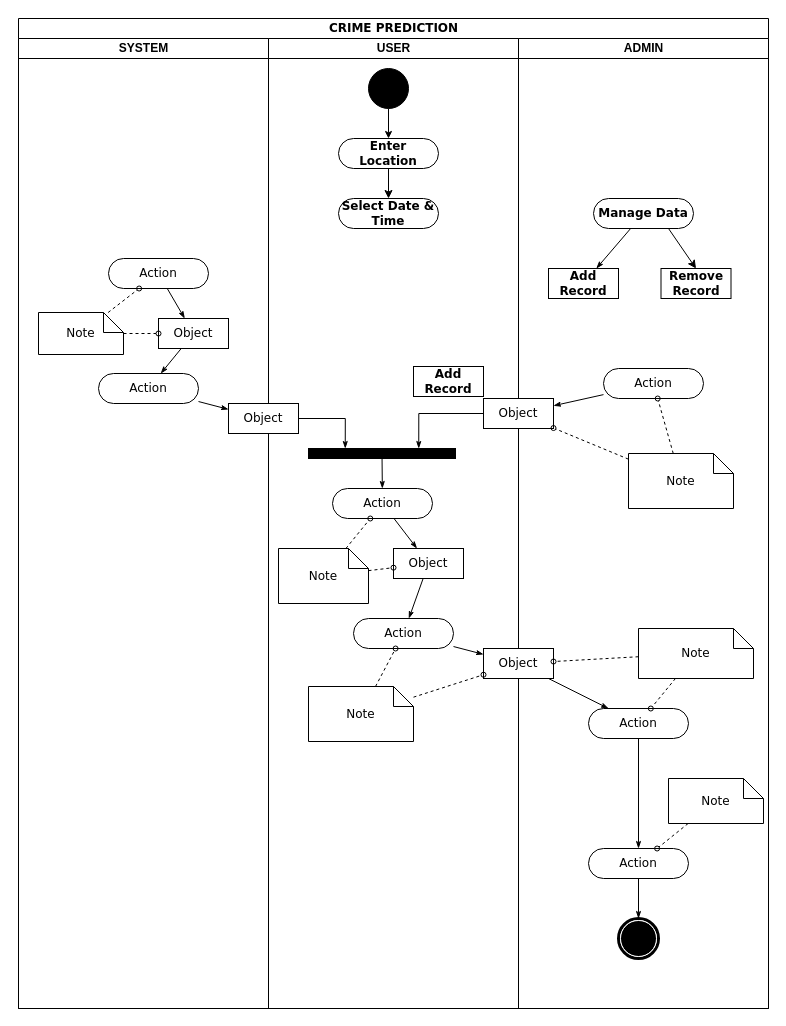
This is Activity.drawio from ChanumoluGayathri/System_Design, a draw.io file, before an edit. Source tidied: cells renumbered, new cells numbered last; positions are measured from the earlier drawing's top-left corner, leaving out a move shared by most shapes. Both pictures are drawn from the tidied source at 100%, with x=0, y=0 at pixel (18, 18).
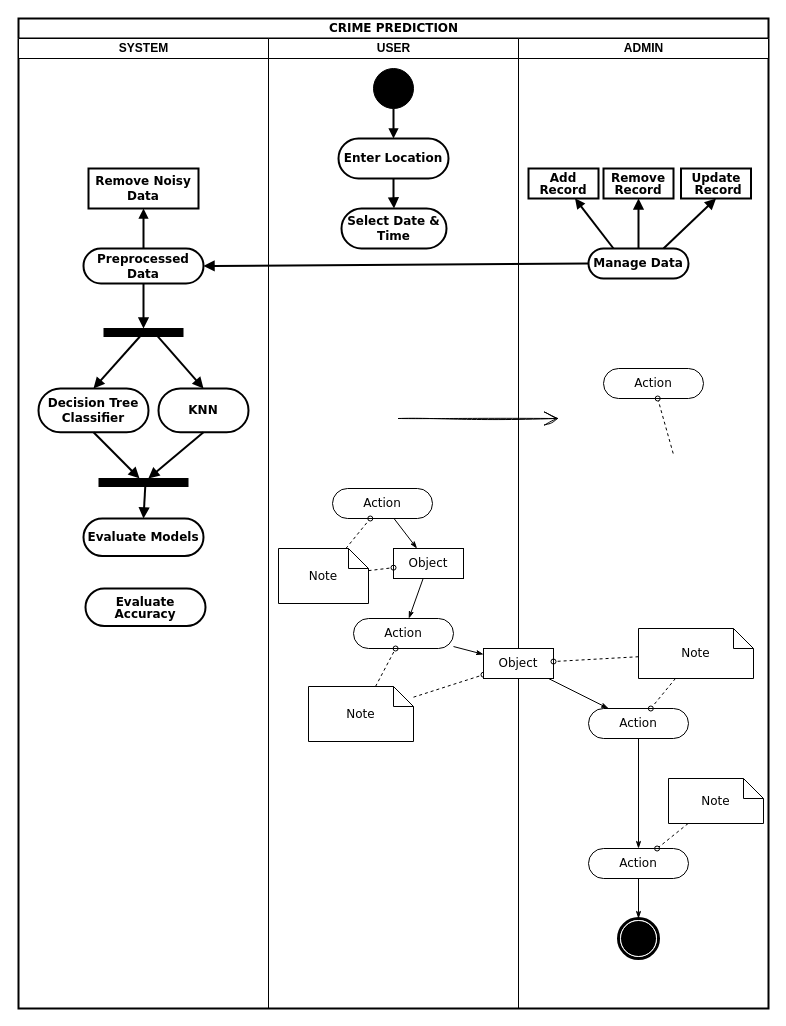
Above is the later version.

Unchanged cells that the change refers to:
```xml
<mxCell id="3" value="SYSTEM" style="swimlane;html=1;startSize=20;" parent="2" vertex="1">
  <mxGeometry y="20" width="250" height="970" as="geometry" />
</mxCell>
<mxCell id="12" value="USER" style="swimlane;html=1;startSize=20;" parent="2" vertex="1">
  <mxGeometry x="250" y="20" width="250" height="970" as="geometry" />
</mxCell>
<mxCell id="14" value="Action" style="rounded=1;whiteSpace=wrap;html=1;shadow=0;comic=0;labelBackgroundColor=none;strokeWidth=1;fontFamily=Verdana;fontSize=12;align=center;arcSize=50;" parent="12" vertex="1">
  <mxGeometry x="64" y="450" width="100" height="30" as="geometry" />
</mxCell>
<mxCell id="21" value="Action" style="rounded=1;whiteSpace=wrap;html=1;shadow=0;comic=0;labelBackgroundColor=none;strokeWidth=1;fontFamily=Verdana;fontSize=12;align=center;arcSize=50;" parent="12" vertex="1">
  <mxGeometry x="85" y="580" width="100" height="30" as="geometry" />
</mxCell>
<mxCell id="26" value="Note" style="shape=note;whiteSpace=wrap;html=1;rounded=0;shadow=0;comic=0;labelBackgroundColor=none;strokeWidth=1;fontFamily=Verdana;fontSize=12;align=center;size=20;" parent="12" vertex="1">
  <mxGeometry x="40" y="648" width="105" height="55" as="geometry" />
</mxCell>
<mxCell id="32" value="ADMIN" style="swimlane;html=1;startSize=20;" parent="2" vertex="1">
  <mxGeometry x="500" y="20" width="250" height="970" as="geometry" />
</mxCell>
<mxCell id="36" value="Action" style="rounded=1;whiteSpace=wrap;html=1;shadow=0;comic=0;labelBackgroundColor=none;strokeWidth=1;fontFamily=Verdana;fontSize=12;align=center;arcSize=50;" parent="32" vertex="1">
  <mxGeometry x="85" y="330" width="100" height="30" as="geometry" />
</mxCell>
<mxCell id="40" value="Object" style="rounded=0;whiteSpace=wrap;html=1;shadow=0;comic=0;labelBackgroundColor=none;strokeWidth=1;fontFamily=Verdana;fontSize=12;align=center;arcSize=50;" parent="32" vertex="1">
  <mxGeometry x="-35" y="610" width="70" height="30" as="geometry" />
</mxCell>
```

Change to the diagram source:
```diff
@@
-    <mxCell id="2" value="CRIME PREDICTION" style="swimlane;html=1;startSize=20;rounded=0;shadow=0;comic=0;labelBackgroundColor=none;strokeWidth=1;fontFamily=Verdana;fontSize=12;align=center;" parent="1" vertex="1">
+    <mxCell id="2" value="CRIME PREDICTION" style="swimlane;html=1;startSize=20;rounded=0;shadow=0;comic=0;labelBackgroundColor=none;strokeWidth=2;fontFamily=Verdana;fontSize=12;align=center;" parent="1" vertex="1">
       <mxGeometry width="750" height="990" as="geometry" />
     </mxCell>
@@
-    <mxCell id="4" style="edgeStyle=none;rounded=0;html=1;labelBackgroundColor=none;startArrow=none;startFill=0;startSize=5;endArrow=classicThin;endFill=1;endSize=5;jettySize=auto;strokeWidth=1;fontFamily=Verdana;fontSize=12;" parent="3" edge="1" source="5" target="8">
-      <mxGeometry relative="1" as="geometry" />
-    </mxCell>
-    <mxCell id="5" value="Action" style="rounded=1;whiteSpace=wrap;html=1;shadow=0;comic=0;labelBackgroundColor=none;strokeWidth=1;fontFamily=Verdana;fontSize=12;align=center;arcSize=50;" parent="3" vertex="1">
-      <mxGeometry x="90" y="220" width="100" height="30" as="geometry" />
-    </mxCell>
-    <mxCell id="6" value="Action" style="rounded=1;whiteSpace=wrap;html=1;shadow=0;comic=0;labelBackgroundColor=none;strokeWidth=1;fontFamily=Verdana;fontSize=12;align=center;arcSize=50;" parent="3" vertex="1">
-      <mxGeometry x="80" y="335" width="100" height="30" as="geometry" />
+    <mxCell id="6" value="&lt;b&gt;Preprocessed Data&lt;/b&gt;" style="rounded=1;whiteSpace=wrap;html=1;shadow=0;comic=0;labelBackgroundColor=none;strokeWidth=2;fontFamily=Verdana;fontSize=12;align=center;arcSize=50;" parent="3" vertex="1">
+      <mxGeometry x="65" y="210" width="120" height="35" as="geometry" />
     </mxCell>
-    <mxCell id="7" style="edgeStyle=none;rounded=0;html=1;labelBackgroundColor=none;startArrow=none;startFill=0;startSize=5;endArrow=classicThin;endFill=1;endSize=5;jettySize=auto;strokeWidth=1;fontFamily=Verdana;fontSize=12;" parent="3" edge="1" source="8" target="6">
-      <mxGeometry relative="1" as="geometry" />
-    </mxCell>
-    <mxCell id="8" value="Object" style="rounded=0;whiteSpace=wrap;html=1;shadow=0;comic=0;labelBackgroundColor=none;strokeWidth=1;fontFamily=Verdana;fontSize=12;align=center;arcSize=50;" parent="3" vertex="1">
-      <mxGeometry x="140" y="280" width="70" height="30" as="geometry" />
-    </mxCell>
-    <mxCell id="9" style="edgeStyle=none;rounded=0;html=1;labelBackgroundColor=none;startArrow=none;startFill=0;startSize=5;endArrow=oval;endFill=0;endSize=5;jettySize=auto;strokeWidth=1;fontFamily=Verdana;fontSize=12;dashed=1;" parent="3" edge="1" source="11" target="5">
-      <mxGeometry relative="1" as="geometry" />
-    </mxCell>
-    <mxCell id="10" style="edgeStyle=none;rounded=0;html=1;dashed=1;labelBackgroundColor=none;startArrow=none;startFill=0;startSize=5;endArrow=oval;endFill=0;endSize=5;jettySize=auto;strokeWidth=1;fontFamily=Verdana;fontSize=12;" parent="3" edge="1" source="11" target="8">
-      <mxGeometry relative="1" as="geometry" />
-    </mxCell>
-    <mxCell id="11" value="Note" style="shape=note;whiteSpace=wrap;html=1;rounded=0;shadow=0;comic=0;labelBackgroundColor=none;strokeWidth=1;fontFamily=Verdana;fontSize=12;align=center;size=20;" parent="3" vertex="1">
-      <mxGeometry x="20" y="274" width="85" height="42" as="geometry" />
-    </mxCell>
+    <mxCell id="18" value="&lt;b&gt;Remove Noisy Data&lt;/b&gt;" style="rounded=0;whiteSpace=wrap;html=1;shadow=0;comic=0;labelBackgroundColor=none;strokeWidth=2;fontFamily=Verdana;fontSize=12;align=center;arcSize=50;" parent="3" vertex="1">
+      <mxGeometry x="70" y="130" width="110" height="40" as="geometry" />
+    </mxCell>
+    <mxCell id="57" style="edgeStyle=none;rounded=0;html=1;labelBackgroundColor=none;startArrow=none;startFill=0;startSize=5;endArrow=block;endFill=1;endSize=5;jettySize=auto;strokeWidth=2;fontFamily=Verdana;fontSize=12;" parent="3" edge="1" source="6" target="18">
+      <mxGeometry relative="1" as="geometry" />
+    </mxCell>
+    <mxCell id="61" style="edgeStyle=orthogonalEdgeStyle;rounded=0;hachureGap=4;jettySize=auto;html=1;fontFamily=Architects Daughter;fontSize=16;endArrow=block;endFill=1;strokeWidth=2;exitX=0.5;exitY=1;exitDx=0;exitDy=0;" parent="3" edge="1" source="6">
+      <mxGeometry relative="1" as="geometry">
+        <mxPoint x="125" y="290" as="targetPoint" />
+      </mxGeometry>
+    </mxCell>
+    <mxCell id="62" value="&lt;b&gt;Decision Tree Classifier&lt;/b&gt;" style="whiteSpace=wrap;html=1;fontFamily=Verdana;rounded=1;shadow=0;comic=0;labelBackgroundColor=none;strokeWidth=2;arcSize=50;" parent="3" vertex="1">
+      <mxGeometry x="20" y="350" width="110" height="43.8" as="geometry" />
+    </mxCell>
+    <mxCell id="63" value="&lt;b&gt;KNN&lt;/b&gt;" style="whiteSpace=wrap;html=1;fontFamily=Verdana;rounded=1;shadow=0;comic=0;labelBackgroundColor=none;strokeWidth=2;arcSize=50;" parent="3" vertex="1">
+      <mxGeometry x="140" y="350" width="90" height="43.8" as="geometry" />
+    </mxCell>
+    <mxCell id="64" style="line;strokeWidth=9;fillColor=none;align=left;verticalAlign=middle;spacingTop=-1;spacingLeft=3;spacingRight=3;labelPosition=right;points=[];portConstraint=eastwest;strokeColor=inherit;hachureGap=4;fontFamily=Architects Daughter;fontSize=20;" parent="3" vertex="1">
+      <mxGeometry x="85" y="290" width="80" height="8" as="geometry" />
+    </mxCell>
+    <mxCell id="65" style="endArrow=block;html=1;rounded=0;hachureGap=4;fontFamily=Architects Daughter;fontSize=16;entryX=0.5;entryY=0;entryDx=0;entryDy=0;strokeWidth=2;endFill=1;" parent="3" edge="1" source="64" target="62">
+      <mxGeometry relative="1" as="geometry" />
+    </mxCell>
+    <mxCell id="66" style="endArrow=block;html=1;rounded=0;hachureGap=4;fontFamily=Architects Daughter;fontSize=16;exitX=0.667;exitY=0.85;exitDx=0;exitDy=0;exitPerimeter=0;entryX=0.5;entryY=0;entryDx=0;entryDy=0;strokeWidth=2;endFill=1;" parent="3" edge="1" source="64" target="63">
+      <mxGeometry relative="1" as="geometry" />
+    </mxCell>
+    <mxCell id="67" style="line;strokeWidth=9;fillColor=none;align=left;verticalAlign=middle;spacingTop=-1;spacingLeft=3;spacingRight=3;labelPosition=right;points=[];portConstraint=eastwest;strokeColor=inherit;hachureGap=4;fontFamily=Architects Daughter;fontSize=20;" parent="3" vertex="1">
+      <mxGeometry x="80" y="440" width="90" height="8" as="geometry" />
+    </mxCell>
+    <mxCell id="68" style="endArrow=block;html=1;rounded=0;hachureGap=4;fontFamily=Architects Daughter;fontSize=16;exitX=0.5;exitY=1;exitDx=0;exitDy=0;strokeWidth=2;endFill=1;" parent="3" edge="1" source="62" target="67">
+      <mxGeometry relative="1" as="geometry" />
+    </mxCell>
+    <mxCell id="69" style="endArrow=block;html=1;rounded=0;hachureGap=4;fontFamily=Architects Daughter;fontSize=16;exitX=0.5;exitY=1;exitDx=0;exitDy=0;strokeWidth=2;endFill=1;" parent="3" edge="1" source="63" target="67">
+      <mxGeometry relative="1" as="geometry" />
+    </mxCell>
+    <mxCell id="70" value="&lt;b&gt;Evaluate Models&lt;/b&gt;" style="whiteSpace=wrap;html=1;fontFamily=Verdana;rounded=1;shadow=0;comic=0;labelBackgroundColor=none;strokeWidth=2;arcSize=50;" parent="3" vertex="1">
+      <mxGeometry x="65" y="480" width="120" height="37.5" as="geometry" />
+    </mxCell>
+    <mxCell id="71" style="endArrow=block;html=1;rounded=0;hachureGap=4;fontFamily=Architects Daughter;fontSize=16;exitX=0.52;exitY=0.9;exitDx=0;exitDy=0;exitPerimeter=0;entryX=0.5;entryY=0;entryDx=0;entryDy=0;strokeWidth=2;endFill=1;" parent="3" edge="1" source="67" target="70">
+      <mxGeometry relative="1" as="geometry" />
+    </mxCell>
+    <mxCell id="72" value="&lt;p style=&quot;line-height: 100%;&quot;&gt;&lt;b&gt;Evaluate Accuracy&lt;/b&gt;&lt;/p&gt;" style="whiteSpace=wrap;html=1;fontFamily=Verdana;rounded=1;shadow=0;comic=0;labelBackgroundColor=none;strokeWidth=2;arcSize=50;" parent="3" vertex="1">
+      <mxGeometry x="67" y="550" width="120" height="37.5" as="geometry" />
+    </mxCell>
+    <mxCell id="58" style="edgeStyle=none;rounded=0;html=1;labelBackgroundColor=none;startArrow=none;startFill=0;startSize=5;endArrow=classicThin;endFill=1;endSize=5;jettySize=auto;strokeWidth=1;fontFamily=Verdana;fontSize=12;" parent="2" edge="1" source="21" target="40">
+      <mxGeometry relative="1" as="geometry" />
+    </mxCell>
+    <mxCell id="59" style="edgeStyle=none;rounded=0;html=1;dashed=1;labelBackgroundColor=none;startArrow=none;startFill=0;startSize=5;endArrow=oval;endFill=0;endSize=5;jettySize=auto;strokeWidth=1;fontFamily=Verdana;fontSize=12;" parent="2" edge="1" source="26" target="40">
+      <mxGeometry relative="1" as="geometry" />
+    </mxCell>
@@
-    <mxCell id="15" style="edgeStyle=none;rounded=0;html=1;labelBackgroundColor=none;startArrow=none;startFill=0;startSize=5;endArrow=classicThin;endFill=1;endSize=5;jettySize=auto;strokeWidth=1;fontFamily=Verdana;fontSize=12;" parent="12" edge="1" source="16" target="14">
-      <mxGeometry relative="1" as="geometry" />
-    </mxCell>
-    <mxCell id="16" style="whiteSpace=wrap;html=1;rounded=0;shadow=0;comic=0;labelBackgroundColor=none;strokeWidth=1;fillColor=#000000;fontFamily=Verdana;fontSize=12;align=center;rotation=0;" parent="12" vertex="1">
-      <mxGeometry x="40" y="410" width="147" height="10" as="geometry" />
-    </mxCell>
-    <mxCell id="17" style="edgeStyle=orthogonalEdgeStyle;rounded=0;html=1;entryX=0.25;entryY=0;labelBackgroundColor=none;startArrow=none;startFill=0;startSize=5;endArrow=classicThin;endFill=1;endSize=5;jettySize=auto;strokeWidth=1;fontFamily=Verdana;fontSize=12;" parent="12" edge="1" source="18" target="16">
-      <mxGeometry relative="1" as="geometry" />
-    </mxCell>
-    <mxCell id="18" value="Object" style="rounded=0;whiteSpace=wrap;html=1;shadow=0;comic=0;labelBackgroundColor=none;strokeWidth=1;fontFamily=Verdana;fontSize=12;align=center;arcSize=50;" parent="12" vertex="1">
-      <mxGeometry x="-40" y="365" width="70" height="30" as="geometry" />
-    </mxCell>
@@
     <mxCell id="27" style="ellipse;whiteSpace=wrap;html=1;rounded=0;shadow=0;comic=0;labelBackgroundColor=none;strokeWidth=1;fillColor=#000000;fontFamily=Verdana;fontSize=12;align=center;" parent="12" vertex="1">
-      <mxGeometry x="100" y="30" width="40" height="40" as="geometry" />
+      <mxGeometry x="105" y="30" width="40" height="40" as="geometry" />
     </mxCell>
-    <mxCell id="28" style="edgeStyle=orthogonalEdgeStyle;rounded=0;hachureGap=4;jettySize=auto;html=1;fontFamily=Architects Daughter;fontSize=16;" parent="12" edge="1" source="29" target="31">
+    <mxCell id="28" style="edgeStyle=orthogonalEdgeStyle;rounded=0;hachureGap=4;jettySize=auto;html=1;fontFamily=Architects Daughter;fontSize=16;strokeWidth=2;endArrow=block;endFill=1;" parent="12" edge="1" source="29" target="31">
       <mxGeometry relative="1" as="geometry" />
     </mxCell>
-    <mxCell id="29" value="&lt;b&gt;Enter Location&lt;/b&gt;" style="rounded=1;whiteSpace=wrap;html=1;shadow=0;comic=0;labelBackgroundColor=none;strokeWidth=1;fontFamily=Verdana;fontSize=12;align=center;arcSize=50;" parent="12" vertex="1">
-      <mxGeometry x="70" y="100" width="100" height="30" as="geometry" />
+    <mxCell id="29" value="&lt;b&gt;Enter Location&lt;/b&gt;" style="rounded=1;whiteSpace=wrap;html=1;shadow=0;comic=0;labelBackgroundColor=none;strokeWidth=2;fontFamily=Verdana;fontSize=12;align=center;arcSize=50;" parent="12" vertex="1">
+      <mxGeometry x="70" y="100" width="110" height="40" as="geometry" />
     </mxCell>
-    <mxCell id="30" style="edgeStyle=orthogonalEdgeStyle;rounded=0;html=1;labelBackgroundColor=none;startArrow=none;startFill=0;startSize=5;endArrow=classic;endFill=1;endSize=5;jettySize=auto;strokeWidth=1;fontFamily=Verdana;fontSize=12;" parent="12" edge="1" source="27" target="29">
+    <mxCell id="30" style="edgeStyle=orthogonalEdgeStyle;rounded=0;html=1;labelBackgroundColor=none;startArrow=none;startFill=0;startSize=5;endArrow=block;endFill=1;endSize=5;jettySize=auto;strokeWidth=2;fontFamily=Verdana;fontSize=12;" parent="12" edge="1" source="27" target="29">
       <mxGeometry relative="1" as="geometry" />
     </mxCell>
-    <mxCell id="31" value="&lt;font style=&quot;font-size: 12px;&quot;&gt;&lt;b style=&quot;&quot;&gt;Select Date &amp;amp; Time&lt;/b&gt;&lt;/font&gt;" style="rounded=1;whiteSpace=wrap;html=1;shadow=0;comic=0;labelBackgroundColor=none;strokeWidth=1;fontFamily=Verdana;fontSize=12;align=center;arcSize=50;" parent="12" vertex="1">
-      <mxGeometry x="70" y="160" width="100" height="30" as="geometry" />
+    <mxCell id="31" value="&lt;font style=&quot;font-size: 12px;&quot;&gt;&lt;b style=&quot;&quot;&gt;Select Date &amp;amp; Time&lt;/b&gt;&lt;/font&gt;" style="rounded=1;whiteSpace=wrap;html=1;shadow=0;comic=0;labelBackgroundColor=none;strokeWidth=2;fontFamily=Verdana;fontSize=12;align=center;arcSize=50;" parent="12" vertex="1">
+      <mxGeometry x="73" y="170" width="105" height="40" as="geometry" />
     </mxCell>
+    <mxCell id="73" style="endArrow=block;html=1;rounded=0;hachureGap=4;fontFamily=Architects Daughter;fontSize=16;exitX=0;exitY=0.5;exitDx=0;exitDy=0;entryX=1;entryY=0.5;entryDx=0;entryDy=0;strokeWidth=2;endFill=1;" parent="2" edge="1" source="34" target="6">
+      <mxGeometry relative="1" as="geometry" />
+    </mxCell>
@@
-    <mxCell id="33" style="rounded=0;html=1;labelBackgroundColor=none;startArrow=none;startFill=0;startSize=5;endArrow=classicThin;endFill=1;endSize=5;jettySize=auto;strokeWidth=1;fontFamily=Verdana;fontSize=12;" parent="32" edge="1" source="34" target="37">
+    <mxCell id="33" style="rounded=0;html=1;labelBackgroundColor=none;startArrow=none;startFill=0;startSize=5;endArrow=block;endFill=1;endSize=5;jettySize=auto;strokeWidth=2;fontFamily=Verdana;fontSize=12;exitX=0.25;exitY=0;exitDx=0;exitDy=0;" parent="32" edge="1" source="34" target="37">
       <mxGeometry relative="1" as="geometry" />
     </mxCell>
-    <mxCell id="34" value="&lt;b&gt;Manage Data&lt;/b&gt;" style="rounded=1;whiteSpace=wrap;html=1;shadow=0;comic=0;labelBackgroundColor=none;strokeWidth=1;fontFamily=Verdana;fontSize=12;align=center;arcSize=50;" parent="32" vertex="1">
-      <mxGeometry x="75" y="160" width="100" height="30" as="geometry" />
+    <mxCell id="34" value="&lt;b&gt;Manage Data&lt;/b&gt;" style="rounded=1;whiteSpace=wrap;html=1;shadow=0;comic=0;labelBackgroundColor=none;strokeWidth=2;fontFamily=Verdana;fontSize=12;align=center;arcSize=50;" parent="32" vertex="1">
+      <mxGeometry x="70" y="210" width="100" height="30" as="geometry" />
     </mxCell>
-    <mxCell id="35" style="edgeStyle=none;rounded=0;html=1;labelBackgroundColor=none;startArrow=none;startFill=0;startSize=5;endArrow=classicThin;endFill=1;endSize=5;jettySize=auto;strokeWidth=1;fontFamily=Verdana;fontSize=12;" parent="32" edge="1" source="36" target="38">
-      <mxGeometry relative="1" as="geometry" />
-    </mxCell>
@@
-    <mxCell id="37" value="&lt;b&gt;Add Record&lt;/b&gt;" style="rounded=0;whiteSpace=wrap;html=1;shadow=0;comic=0;labelBackgroundColor=none;strokeWidth=1;fontFamily=Verdana;fontSize=12;align=center;arcSize=50;" parent="32" vertex="1">
-      <mxGeometry x="30" y="230" width="70" height="30" as="geometry" />
+    <mxCell id="37" value="&lt;p style=&quot;line-height: 100%;&quot;&gt;&lt;b&gt;Add Record&lt;/b&gt;&lt;/p&gt;" style="rounded=0;whiteSpace=wrap;html=1;shadow=0;comic=0;labelBackgroundColor=none;strokeWidth=2;fontFamily=Verdana;fontSize=12;align=center;arcSize=50;" parent="32" vertex="1">
+      <mxGeometry x="10" y="130" width="70" height="30" as="geometry" />
     </mxCell>
-    <mxCell id="38" value="Object" style="rounded=0;whiteSpace=wrap;html=1;shadow=0;comic=0;labelBackgroundColor=none;strokeWidth=1;fontFamily=Verdana;fontSize=12;align=center;arcSize=50;" parent="32" vertex="1">
-      <mxGeometry x="-35" y="360" width="70" height="30" as="geometry" />
-    </mxCell>
@@
-    <mxCell id="46" style="edgeStyle=none;rounded=0;html=1;dashed=1;labelBackgroundColor=none;startArrow=none;startFill=0;startSize=5;endArrow=oval;endFill=0;endSize=5;jettySize=auto;strokeWidth=1;fontFamily=Verdana;fontSize=12;" parent="32" edge="1" source="48" target="36">
-      <mxGeometry relative="1" as="geometry" />
+    <mxCell id="46" style="edgeStyle=none;rounded=0;html=1;dashed=1;labelBackgroundColor=none;startArrow=none;startFill=0;startSize=5;endArrow=oval;endFill=0;endSize=5;jettySize=auto;strokeWidth=1;fontFamily=Verdana;fontSize=12;" parent="32" edge="1" target="36">
+      <mxGeometry relative="1" as="geometry">
+        <mxPoint x="154.7" y="415" as="sourcePoint" />
+      </mxGeometry>
     </mxCell>
-    <mxCell id="47" style="edgeStyle=none;rounded=0;html=1;dashed=1;labelBackgroundColor=none;startArrow=none;startFill=0;startSize=5;endArrow=oval;endFill=0;endSize=5;jettySize=auto;strokeWidth=1;fontFamily=Verdana;fontSize=12;" parent="32" edge="1" source="48" target="38">
-      <mxGeometry relative="1" as="geometry" />
-    </mxCell>
-    <mxCell id="48" value="Note" style="shape=note;whiteSpace=wrap;html=1;rounded=0;shadow=0;comic=0;labelBackgroundColor=none;strokeWidth=1;fontFamily=Verdana;fontSize=12;align=center;size=20;" parent="32" vertex="1">
-      <mxGeometry x="110" y="415" width="105" height="55" as="geometry" />
-    </mxCell>
@@
-    <mxCell id="54" value="&lt;b&gt;Remove Record&lt;/b&gt;" style="rounded=0;whiteSpace=wrap;html=1;shadow=0;comic=0;labelBackgroundColor=none;strokeWidth=1;fontFamily=Verdana;fontSize=12;align=center;arcSize=50;" parent="32" vertex="1">
-      <mxGeometry x="142.5" y="230" width="70" height="30" as="geometry" />
+    <mxCell id="54" value="&lt;p style=&quot;line-height: 100%;&quot;&gt;&lt;b&gt;Remove Record&lt;/b&gt;&lt;/p&gt;" style="rounded=0;whiteSpace=wrap;html=1;shadow=0;comic=0;labelBackgroundColor=none;strokeWidth=2;fontFamily=Verdana;fontSize=12;align=center;arcSize=50;" parent="32" vertex="1">
+      <mxGeometry x="85" y="130" width="70" height="30" as="geometry" />
     </mxCell>
-    <mxCell id="55" style="endArrow=classic;html=1;rounded=0;hachureGap=4;fontFamily=Architects Daughter;fontSize=16;exitX=0.75;exitY=1;exitDx=0;exitDy=0;entryX=0.5;entryY=0;entryDx=0;entryDy=0;" parent="32" edge="1" source="34" target="54">
+    <mxCell id="55" style="endArrow=block;html=1;rounded=0;hachureGap=4;fontFamily=Architects Daughter;fontSize=16;exitX=0.5;exitY=0;exitDx=0;exitDy=0;entryX=0.5;entryY=1;entryDx=0;entryDy=0;strokeWidth=2;endFill=1;" parent="32" edge="1" source="34" target="54">
       <mxGeometry relative="1" as="geometry" />
     </mxCell>
-    <mxCell id="56" style="edgeStyle=orthogonalEdgeStyle;rounded=0;html=1;entryX=0.75;entryY=0;labelBackgroundColor=none;startArrow=none;startFill=0;startSize=5;endArrow=classicThin;endFill=1;endSize=5;jettySize=auto;strokeWidth=1;fontFamily=Verdana;fontSize=12;" parent="2" edge="1" source="38" target="16">
-      <mxGeometry relative="1" as="geometry" />
-    </mxCell>
-    <mxCell id="57" style="edgeStyle=none;rounded=0;html=1;labelBackgroundColor=none;startArrow=none;startFill=0;startSize=5;endArrow=classicThin;endFill=1;endSize=5;jettySize=auto;strokeWidth=1;fontFamily=Verdana;fontSize=12;" parent="2" edge="1" source="6" target="18">
-      <mxGeometry relative="1" as="geometry" />
-    </mxCell>
-    <mxCell id="58" style="edgeStyle=none;rounded=0;html=1;labelBackgroundColor=none;startArrow=none;startFill=0;startSize=5;endArrow=classicThin;endFill=1;endSize=5;jettySize=auto;strokeWidth=1;fontFamily=Verdana;fontSize=12;" parent="2" edge="1" source="21" target="40">
-      <mxGeometry relative="1" as="geometry" />
-    </mxCell>
-    <mxCell id="59" style="edgeStyle=none;rounded=0;html=1;dashed=1;labelBackgroundColor=none;startArrow=none;startFill=0;startSize=5;endArrow=oval;endFill=0;endSize=5;jettySize=auto;strokeWidth=1;fontFamily=Verdana;fontSize=12;" parent="2" edge="1" source="26" target="40">
-      <mxGeometry relative="1" as="geometry" />
-    </mxCell>
-    <mxCell id="60" value="&lt;b&gt;Add Record&lt;/b&gt;" style="rounded=0;whiteSpace=wrap;html=1;shadow=0;comic=0;labelBackgroundColor=none;strokeWidth=1;fontFamily=Verdana;fontSize=12;align=center;arcSize=50;" parent="1" vertex="1">
-      <mxGeometry x="395" y="348" width="70" height="30" as="geometry" />
-    </mxCell>
+    <mxCell id="74" value="&lt;p style=&quot;line-height: 100%;&quot;&gt;&lt;b&gt;Update&lt;br&gt;&amp;nbsp;Record&lt;/b&gt;&lt;/p&gt;" style="rounded=0;whiteSpace=wrap;html=1;shadow=0;comic=0;labelBackgroundColor=none;strokeWidth=2;fontFamily=Verdana;fontSize=12;align=center;arcSize=50;" parent="32" vertex="1">
+      <mxGeometry x="162.5" y="130" width="70" height="30" as="geometry" />
+    </mxCell>
+    <mxCell id="75" style="endArrow=block;html=1;rounded=0;hachureGap=4;fontFamily=Architects Daughter;fontSize=16;entryX=0.5;entryY=1;entryDx=0;entryDy=0;exitX=0.75;exitY=0;exitDx=0;exitDy=0;strokeWidth=2;endFill=1;" parent="32" edge="1" source="34" target="74">
+      <mxGeometry relative="1" as="geometry" />
+    </mxCell>
+    <mxCell id="76" style="endArrow=open;endFill=1;endSize=12;html=1;rounded=0;sketch=1;hachureGap=4;jiggle=2;curveFitting=1;fontFamily=Architects Daughter;fontSize=16;" parent="1" edge="1">
+      <mxGeometry relative="1" as="geometry">
+        <mxPoint x="380" y="400" as="sourcePoint" />
+        <mxPoint x="540" y="400" as="targetPoint" />
+      </mxGeometry>
+    </mxCell>
```
